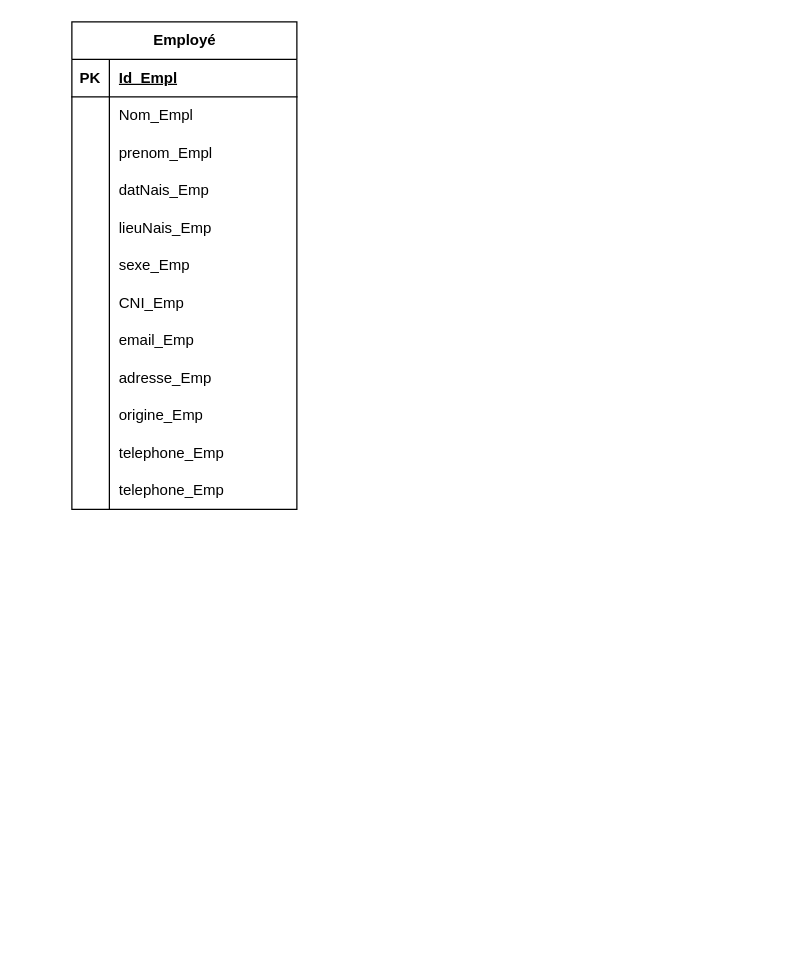
Before: MCD.drawio in DylanTigo/sitemap_retentionPro, a draw.io diagram. Source tidied: cells renumbered, new cells numbered last; positions are measured from the earlier drawing's top-left corner, leaving out a move shared by most shapes. Both pictures are drawn from the tidied source at 125%, with x=0, y=0 at pixel (71, 21).
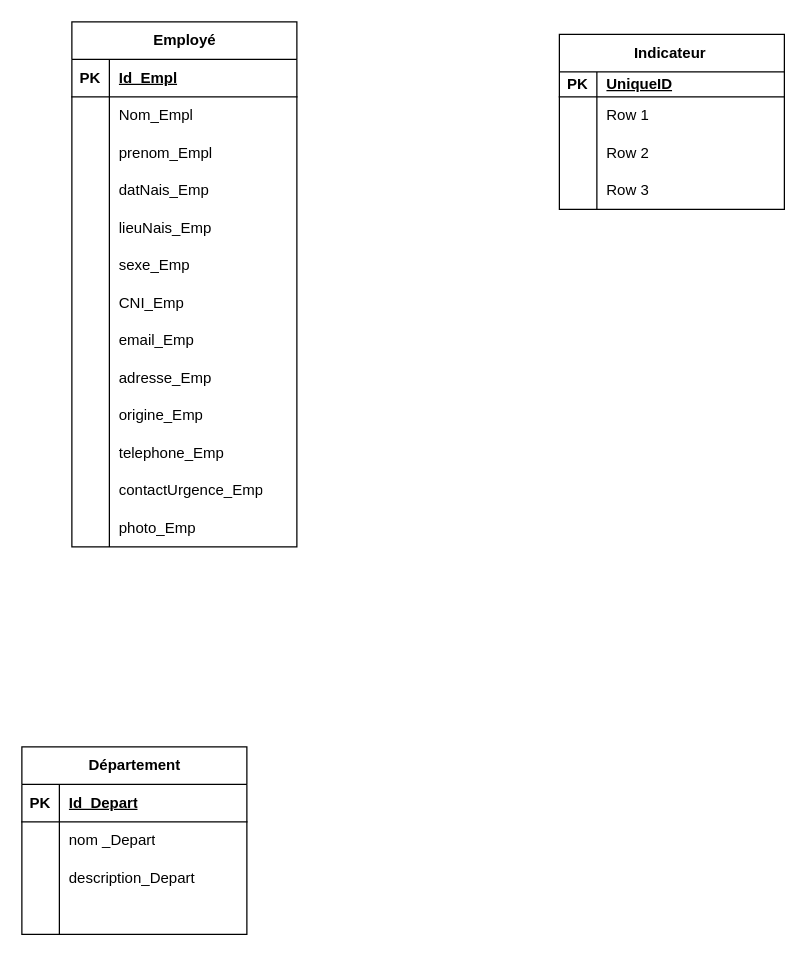
The same diagram, later.

Commit message:
Mettre à jour MCD.drawio

The change refers to these unchanged cells:
```xml
<mxCell id="36" style="shape=tableRow;horizontal=0;startSize=0;swimlaneHead=0;swimlaneBody=0;fillColor=none;top=0;left=0;right=0;bottom=0;" parent="2" vertex="1">
  <mxGeometry y="360" width="180" height="30" as="geometry" />
</mxCell>
```

What changed in the source:
```diff
@@
     <mxCell id="2" value="Employé" style="shape=table;startSize=30;childLayout=tableLayout;rowLines=0;fontStyle=1;align=center;html=1;" parent="1" vertex="1">
-      <mxGeometry width="180" height="390" as="geometry" />
+      <mxGeometry width="180" height="420" as="geometry" />
     </mxCell>
@@
-    <mxCell id="38" value="telephone_Emp" style="shape=partialRectangle;fillColor=none;top=0;left=0;bottom=0;right=0;align=left;spacingLeft=6;overflow=hidden;whiteSpace=wrap;html=1;" parent="36" vertex="1">
+    <mxCell id="38" value="contactUrgence_Emp" style="shape=partialRectangle;fillColor=none;top=0;left=0;bottom=0;right=0;align=left;spacingLeft=6;overflow=hidden;whiteSpace=wrap;html=1;" parent="36" vertex="1">
       <mxGeometry x="30" width="150" height="30" as="geometry" />
     </mxCell>
+    <mxCell id="39" style="shape=tableRow;horizontal=0;startSize=0;swimlaneHead=0;swimlaneBody=0;fillColor=none;top=0;left=0;right=0;bottom=0;" parent="2" vertex="1">
+      <mxGeometry y="390" width="180" height="30" as="geometry" />
+    </mxCell>
+    <mxCell id="40" style="shape=partialRectangle;fillColor=none;top=0;left=0;bottom=0;right=0;overflow=hidden;whiteSpace=wrap;html=1;" parent="39" vertex="1">
+      <mxGeometry width="30" height="30" as="geometry" />
+    </mxCell>
+    <mxCell id="41" value="photo_Emp" style="shape=partialRectangle;fillColor=none;top=0;left=0;bottom=0;right=0;align=left;spacingLeft=6;overflow=hidden;whiteSpace=wrap;html=1;" parent="39" vertex="1">
+      <mxGeometry x="30" width="150" height="30" as="geometry" />
+    </mxCell>
+    <mxCell id="42" value="Département" style="shape=table;startSize=30;childLayout=tableLayout;rowLines=0;fontStyle=1;align=center;html=1;" parent="1" vertex="1">
+      <mxGeometry x="-40" y="580" width="180" height="150" as="geometry" />
+    </mxCell>
+    <mxCell id="43" style="shape=tableRow;horizontal=0;startSize=0;swimlaneHead=0;swimlaneBody=0;fillColor=none;top=0;left=0;right=0;bottom=1;" parent="42" vertex="1">
+      <mxGeometry y="30" width="180" height="30" as="geometry" />
+    </mxCell>
+    <mxCell id="44" value="PK" style="shape=partialRectangle;fillColor=none;top=0;left=0;bottom=0;right=0;fontStyle=1;overflow=hidden;whiteSpace=wrap;html=1;" parent="43" vertex="1">
+      <mxGeometry width="30" height="30" as="geometry" />
+    </mxCell>
+    <mxCell id="45" value="Id_Depart" style="shape=partialRectangle;fillColor=none;top=0;left=0;bottom=0;right=0;align=left;spacingLeft=6;fontStyle=5;overflow=hidden;whiteSpace=wrap;html=1;" parent="43" vertex="1">
+      <mxGeometry x="30" width="150" height="30" as="geometry" />
+    </mxCell>
+    <mxCell id="46" style="shape=tableRow;horizontal=0;startSize=0;swimlaneHead=0;swimlaneBody=0;fillColor=none;top=0;left=0;right=0;bottom=0;" parent="42" vertex="1">
+      <mxGeometry y="60" width="180" height="30" as="geometry" />
+    </mxCell>
+    <mxCell id="47" style="shape=partialRectangle;fillColor=none;top=0;left=0;bottom=0;right=0;overflow=hidden;whiteSpace=wrap;html=1;" parent="46" vertex="1">
+      <mxGeometry width="30" height="30" as="geometry" />
+    </mxCell>
+    <mxCell id="48" value="nom _Depart" style="shape=partialRectangle;fillColor=none;top=0;left=0;bottom=0;right=0;align=left;spacingLeft=6;overflow=hidden;whiteSpace=wrap;html=1;" parent="46" vertex="1">
+      <mxGeometry x="30" width="150" height="30" as="geometry" />
+    </mxCell>
+    <mxCell id="49" style="shape=tableRow;horizontal=0;startSize=0;swimlaneHead=0;swimlaneBody=0;fillColor=none;top=0;left=0;right=0;bottom=0;" parent="42" vertex="1">
+      <mxGeometry y="90" width="180" height="30" as="geometry" />
+    </mxCell>
+    <mxCell id="50" style="shape=partialRectangle;fillColor=none;top=0;left=0;bottom=0;right=0;overflow=hidden;whiteSpace=wrap;html=1;" parent="49" vertex="1">
+      <mxGeometry width="30" height="30" as="geometry" />
+    </mxCell>
+    <mxCell id="51" value="description_Depart" style="shape=partialRectangle;fillColor=none;top=0;left=0;bottom=0;right=0;align=left;spacingLeft=6;overflow=hidden;whiteSpace=wrap;html=1;" parent="49" vertex="1">
+      <mxGeometry x="30" width="150" height="30" as="geometry" />
+    </mxCell>
+    <mxCell id="52" style="shape=tableRow;horizontal=0;startSize=0;swimlaneHead=0;swimlaneBody=0;fillColor=none;top=0;left=0;right=0;bottom=0;" parent="42" vertex="1">
+      <mxGeometry y="120" width="180" height="30" as="geometry" />
+    </mxCell>
+    <mxCell id="53" style="shape=partialRectangle;fillColor=none;top=0;left=0;bottom=0;right=0;overflow=hidden;whiteSpace=wrap;html=1;" parent="52" vertex="1">
+      <mxGeometry width="30" height="30" as="geometry" />
+    </mxCell>
+    <mxCell id="54" style="shape=partialRectangle;fillColor=none;top=0;left=0;bottom=0;right=0;align=left;spacingLeft=6;overflow=hidden;whiteSpace=wrap;html=1;" parent="52" vertex="1">
+      <mxGeometry x="30" width="150" height="30" as="geometry" />
+    </mxCell>
+    <mxCell id="55" value="Indicateur&amp;nbsp;" style="shape=table;startSize=30;childLayout=tableLayout;rowLines=0;fontStyle=1;align=center;html=1;" parent="1" vertex="1">
+      <mxGeometry x="390" y="10" width="180" height="140" as="geometry" />
+    </mxCell>
+    <mxCell id="56" style="shape=tableRow;horizontal=0;startSize=0;swimlaneHead=0;swimlaneBody=0;fillColor=none;top=0;left=0;right=0;bottom=1;" parent="55" vertex="1">
+      <mxGeometry y="30" width="180" height="20" as="geometry" />
+    </mxCell>
+    <mxCell id="57" value="PK" style="shape=partialRectangle;fillColor=none;top=0;left=0;bottom=0;right=0;fontStyle=1;overflow=hidden;whiteSpace=wrap;html=1;" parent="56" vertex="1">
+      <mxGeometry width="30" height="20" as="geometry" />
+    </mxCell>
+    <mxCell id="58" value="UniqueID" style="shape=partialRectangle;fillColor=none;top=0;left=0;bottom=0;right=0;align=left;spacingLeft=6;fontStyle=5;overflow=hidden;whiteSpace=wrap;html=1;" parent="56" vertex="1">
+      <mxGeometry x="30" width="150" height="20" as="geometry" />
+    </mxCell>
+    <mxCell id="59" style="shape=tableRow;horizontal=0;startSize=0;swimlaneHead=0;swimlaneBody=0;fillColor=none;top=0;left=0;right=0;bottom=0;" parent="55" vertex="1">
+      <mxGeometry y="50" width="180" height="30" as="geometry" />
+    </mxCell>
+    <mxCell id="60" style="shape=partialRectangle;fillColor=none;top=0;left=0;bottom=0;right=0;overflow=hidden;whiteSpace=wrap;html=1;" parent="59" vertex="1">
+      <mxGeometry width="30" height="30" as="geometry" />
+    </mxCell>
+    <mxCell id="61" value="Row 1" style="shape=partialRectangle;fillColor=none;top=0;left=0;bottom=0;right=0;align=left;spacingLeft=6;overflow=hidden;whiteSpace=wrap;html=1;" parent="59" vertex="1">
+      <mxGeometry x="30" width="150" height="30" as="geometry" />
+    </mxCell>
+    <mxCell id="62" style="shape=tableRow;horizontal=0;startSize=0;swimlaneHead=0;swimlaneBody=0;fillColor=none;top=0;left=0;right=0;bottom=0;" parent="55" vertex="1">
+      <mxGeometry y="80" width="180" height="30" as="geometry" />
+    </mxCell>
+    <mxCell id="63" style="shape=partialRectangle;fillColor=none;top=0;left=0;bottom=0;right=0;overflow=hidden;whiteSpace=wrap;html=1;" parent="62" vertex="1">
+      <mxGeometry width="30" height="30" as="geometry" />
+    </mxCell>
+    <mxCell id="64" value="Row 2" style="shape=partialRectangle;fillColor=none;top=0;left=0;bottom=0;right=0;align=left;spacingLeft=6;overflow=hidden;whiteSpace=wrap;html=1;" parent="62" vertex="1">
+      <mxGeometry x="30" width="150" height="30" as="geometry" />
+    </mxCell>
+    <mxCell id="65" style="shape=tableRow;horizontal=0;startSize=0;swimlaneHead=0;swimlaneBody=0;fillColor=none;top=0;left=0;right=0;bottom=0;" parent="55" vertex="1">
+      <mxGeometry y="110" width="180" height="30" as="geometry" />
+    </mxCell>
+    <mxCell id="66" style="shape=partialRectangle;fillColor=none;top=0;left=0;bottom=0;right=0;overflow=hidden;whiteSpace=wrap;html=1;" parent="65" vertex="1">
+      <mxGeometry width="30" height="30" as="geometry" />
+    </mxCell>
+    <mxCell id="67" value="Row 3" style="shape=partialRectangle;fillColor=none;top=0;left=0;bottom=0;right=0;align=left;spacingLeft=6;overflow=hidden;whiteSpace=wrap;html=1;" parent="65" vertex="1">
+      <mxGeometry x="30" width="150" height="30" as="geometry" />
+    </mxCell>
```
